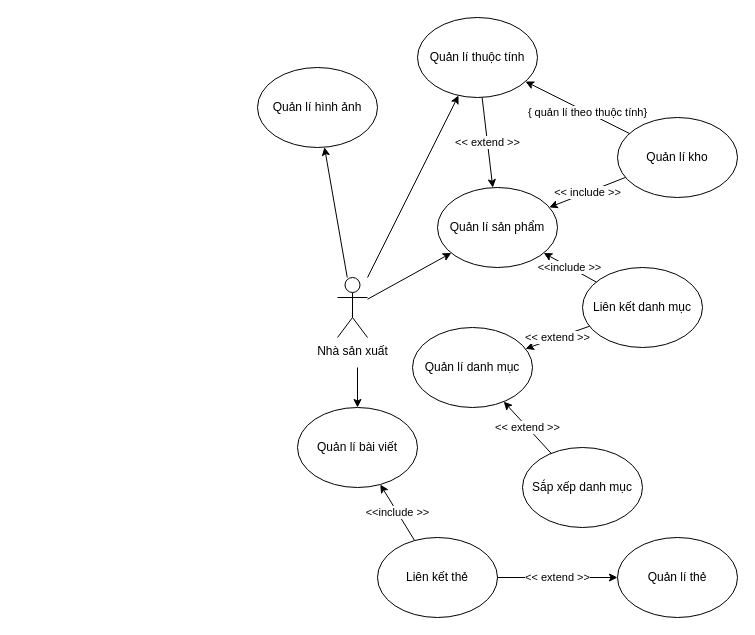
Above: images/usecase-sellers.drawio in ocopee/docs (draw.io), before the change. Source tidied: cells renumbered, new cells numbered last; positions are measured from the earlier drawing's top-left corner, leaving out a move shared by most shapes. Both pictures are drawn from the tidied source at 100%, with x=0, y=0 at pixel (257, 17).
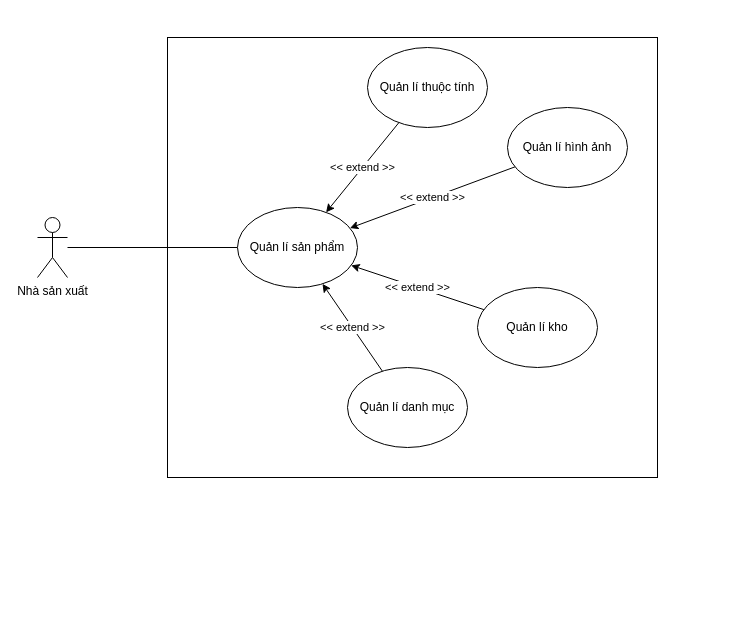
After the change.

Change to the diagram source:
```diff
@@
+    <mxCell id="26" style="html=1;" parent="1" vertex="1">
+      <mxGeometry x="-90" y="20" width="490" height="440" as="geometry" />
+    </mxCell>
+    <mxCell id="9" style="rounded=0;jettySize=auto;html=1;entryX=0;entryY=0.5;entryDx=0;entryDy=0;endArrow=none;endFill=0;" parent="1" edge="1" source="2" target="3">
+      <mxGeometry relative="1" as="geometry" />
+    </mxCell>
     <mxCell id="2" value="Nhà sản xuất" style="shape=umlActor;verticalLabelPosition=bottom;verticalAlign=top;html=1;outlineConnect=0;" parent="1" vertex="1">
-      <mxGeometry x="80" y="260" width="30" height="60" as="geometry" />
+      <mxGeometry x="-220" y="200" width="30" height="60" as="geometry" />
     </mxCell>
     <mxCell id="3" value="Quản lí sản phẩm" style="ellipse;whiteSpace=wrap;html=1;" parent="1" vertex="1">
-      <mxGeometry x="180" y="170" width="120" height="80" as="geometry" />
+      <mxGeometry x="-20" y="190" width="120" height="80" as="geometry" />
     </mxCell>
-    <mxCell id="4" value="Liên kết danh mục" style="ellipse;whiteSpace=wrap;html=1;" parent="1" vertex="1">
-      <mxGeometry x="325" y="250" width="120" height="80" as="geometry" />
-    </mxCell>
-    <mxCell id="5" value="Sắp xếp danh mục" style="ellipse;whiteSpace=wrap;html=1;" parent="1" vertex="1">
-      <mxGeometry x="265" y="430" width="120" height="80" as="geometry" />
-    </mxCell>
     <mxCell id="6" value="Quản lí danh mục" style="ellipse;whiteSpace=wrap;html=1;" parent="1" vertex="1">
-      <mxGeometry x="155" y="310" width="120" height="80" as="geometry" />
+      <mxGeometry x="90" y="350" width="120" height="80" as="geometry" />
     </mxCell>
-    <mxCell id="7" value="&amp;lt;&amp;lt; extend &amp;gt;&amp;gt;" style="endArrow=classic;html=1;rounded=0;" parent="1" edge="1" source="4" target="6">
-      <mxGeometry relative="1" as="geometry" />
-    </mxCell>
-    <mxCell id="8" value="&amp;lt;&amp;lt;include &amp;gt;&amp;gt;" style="endArrow=classic;html=1;rounded=0;" parent="1" edge="1" source="4" target="3">
-      <mxGeometry relative="1" as="geometry" />
-    </mxCell>
-    <mxCell id="9" style="endArrow=classic;html=1;rounded=0;" parent="1" edge="1" source="2" target="3">
-      <mxGeometry relative="1" as="geometry" />
-    </mxCell>
-    <mxCell id="10" value="&amp;lt;&amp;lt; extend &amp;gt;&amp;gt;" style="endArrow=classic;html=1;rounded=0;" parent="1" edge="1" source="5" target="6">
-      <mxGeometry relative="1" as="geometry" />
-    </mxCell>
     <mxCell id="11" value="Quản lí thuộc tính" style="ellipse;whiteSpace=wrap;html=1;" parent="1" vertex="1">
-      <mxGeometry x="160" width="120" height="80" as="geometry" />
+      <mxGeometry x="110" y="30" width="120" height="80" as="geometry" />
     </mxCell>
     <mxCell id="12" value="Quản lí kho" style="ellipse;whiteSpace=wrap;html=1;" parent="1" vertex="1">
-      <mxGeometry x="360" y="100" width="120" height="80" as="geometry" />
+      <mxGeometry x="220" y="270" width="120" height="80" as="geometry" />
     </mxCell>
+    <mxCell id="14" value="&amp;lt;&amp;lt; extend &amp;gt;&amp;gt;" style="endArrow=classic;html=1;rounded=0;" parent="1" edge="1" source="11" target="3">
+      <mxGeometry relative="1" as="geometry" />
+    </mxCell>
+    <mxCell id="17" value="Quản lí hình ảnh" style="ellipse;whiteSpace=wrap;html=1;" parent="1" vertex="1">
+      <mxGeometry x="250" y="90" width="120" height="80" as="geometry" />
+    </mxCell>
+    <mxCell id="27" value="&amp;lt;&amp;lt; extend &amp;gt;&amp;gt;" style="endArrow=classic;html=1;rounded=0;" parent="1" edge="1" source="17" target="3">
+      <mxGeometry relative="1" as="geometry" />
+    </mxCell>
-    <mxCell id="13" value="&amp;lt;&amp;lt; include &amp;gt;&amp;gt;" style="endArrow=classic;html=1;rounded=0;" parent="1" edge="1" source="12" target="3">
+    <mxCell id="13" value="&amp;lt;&amp;lt; extend &amp;gt;&amp;gt;" style="endArrow=classic;html=1;rounded=0;" parent="1" edge="1" source="12" target="3">
       <mxGeometry relative="1" as="geometry" />
     </mxCell>
-    <mxCell id="14" value="&amp;lt;&amp;lt; extend &amp;gt;&amp;gt;" style="endArrow=classic;html=1;rounded=0;" parent="1" edge="1" source="11" target="3">
-      <mxGeometry relative="1" as="geometry" />
-    </mxCell>
-    <mxCell id="15" style="endArrow=classic;html=1;rounded=0;" parent="1" edge="1" source="12" target="11">
-      <mxGeometry relative="1" as="geometry" />
-    </mxCell>
-    <mxCell id="16" value="{ quản lí theo thuộc tính}" style="edgeLabel;html=1;align=center;verticalAlign=middle;" parent="15" vertex="1">
-      <mxGeometry x="-0.2" relative="1" as="geometry" />
-    </mxCell>
-    <mxCell id="17" value="Quản lí hình ảnh" style="ellipse;whiteSpace=wrap;html=1;" parent="1" vertex="1">
-      <mxGeometry y="50" width="120" height="80" as="geometry" />
-    </mxCell>
-    <mxCell id="18" style="endArrow=classic;html=1;rounded=0;" parent="1" edge="1" source="2" target="17">
-      <mxGeometry relative="1" as="geometry" />
-    </mxCell>
-    <mxCell id="19" value="Quản lí bài viết" style="ellipse;whiteSpace=wrap;html=1;" parent="1" vertex="1">
-      <mxGeometry x="40" y="390" width="120" height="80" as="geometry" />
-    </mxCell>
-    <mxCell id="20" value="Liên kết thẻ" style="ellipse;whiteSpace=wrap;html=1;" parent="1" vertex="1">
-      <mxGeometry x="120" y="520" width="120" height="80" as="geometry" />
-    </mxCell>
-    <mxCell id="21" value="Quản lí thẻ" style="ellipse;whiteSpace=wrap;html=1;" parent="1" vertex="1">
-      <mxGeometry x="360" y="520" width="120" height="80" as="geometry" />
-    </mxCell>
-    <mxCell id="22" value="&amp;lt;&amp;lt; extend &amp;gt;&amp;gt;" style="endArrow=classic;html=1;rounded=0;" parent="1" edge="1" source="20" target="21">
-      <mxGeometry relative="1" as="geometry" />
-    </mxCell>
-    <mxCell id="23" value="&amp;lt;&amp;lt;include &amp;gt;&amp;gt;" style="endArrow=classic;html=1;rounded=0;" parent="1" edge="1" source="20" target="19">
-      <mxGeometry relative="1" as="geometry" />
-    </mxCell>
-    <mxCell id="24" style="endArrow=classic;html=1;rounded=0;" parent="1" edge="1" target="19">
-      <mxGeometry relative="1" as="geometry">
-        <mxPoint x="100" y="350" as="sourcePoint" />
-      </mxGeometry>
-    </mxCell>
-    <mxCell id="25" style="endArrow=classic;html=1;rounded=0;" parent="1" edge="1" source="2" target="11">
-      <mxGeometry relative="1" as="geometry" />
-    </mxCell>
+    <mxCell id="28" value="&amp;lt;&amp;lt; extend &amp;gt;&amp;gt;" style="endArrow=classic;html=1;rounded=0;" parent="1" edge="1" source="6" target="3">
+      <mxGeometry relative="1" as="geometry" />
+    </mxCell>
```
